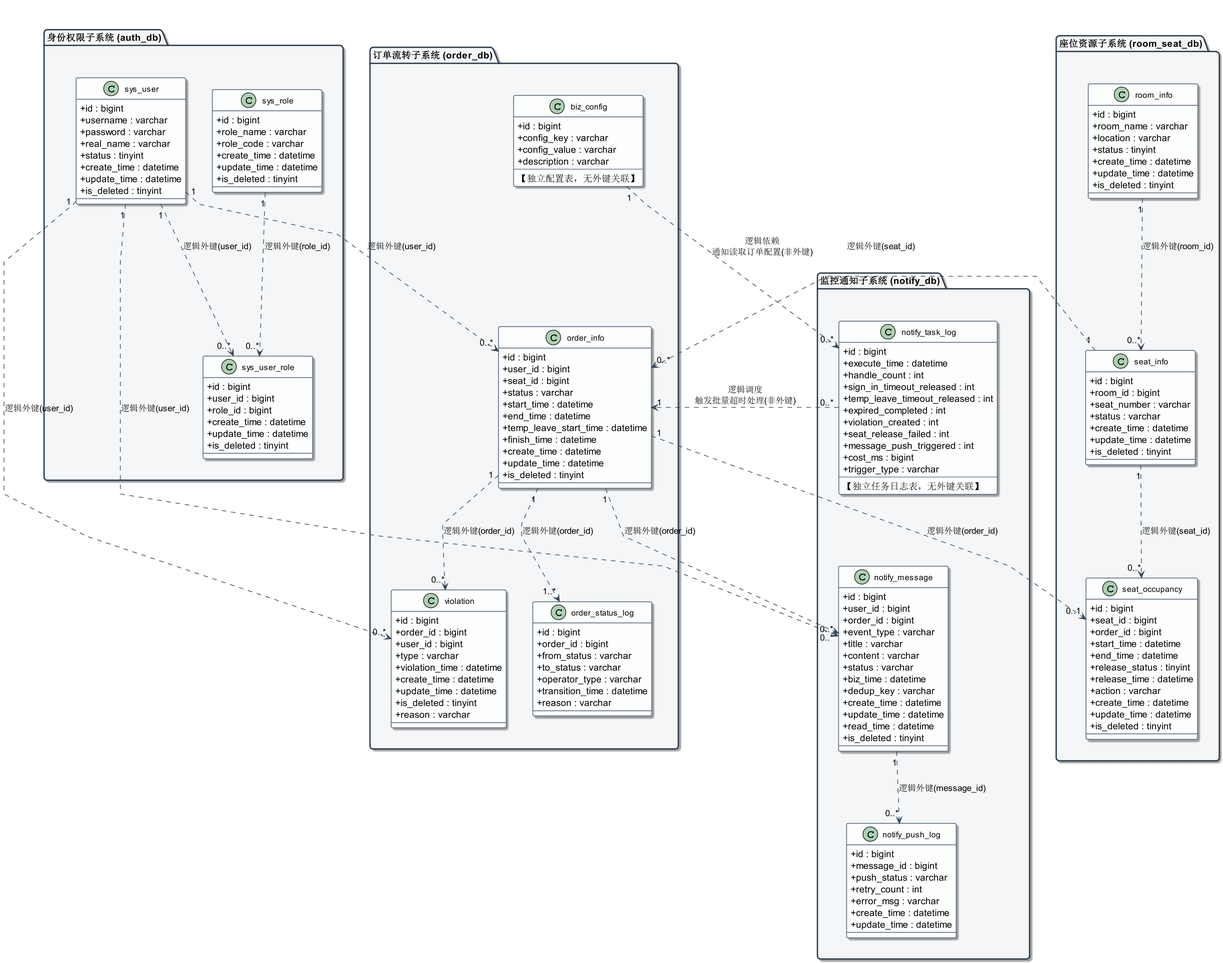
This is 03_UML设计模型/校园自习室分布式预约管理系统_实体类图.png from wlmm123/campus-study-room-system, a PlantUML export, as it was before one commit. The source it was exported from:
```plantuml
@startuml 校园自习室分布式预约管理系统_实体类图
skinparam limitSize false
skinparam dpi 200
skinparam classAttributeIconSize 0
skinparam shadowing true

skinparam linetype polyline
skinparam nodesep 40
skinparam ranksep 90

skinparam class {
    BackgroundColor #FDFEFE
    BorderColor #5D6D7E
    ArrowColor #34495E
    FontSize 12
    BorderThickness 1.2
}
skinparam package {
    BackgroundColor #F4F6F7
    BorderColor #2C3E50
    FontSize 14
    BorderThickness 2
    RoundCorner 10
}

package "身份权限子系统 (auth_db)" as auth_db {
    together {
        class sys_user {
            + id : bigint
            + username : varchar
            + password : varchar
            + real_name : varchar
            + status : tinyint
            + create_time : datetime
            + update_time : datetime
            + is_deleted : tinyint
        }
        class sys_role {
            + id : bigint
            + role_name : varchar
            + role_code : varchar
            + create_time : datetime
            + update_time : datetime
            + is_deleted : tinyint
        }
        class sys_user_role {
            + id : bigint
            + user_id : bigint
            + role_id : bigint
            + create_time : datetime
            + update_time : datetime
            + is_deleted : tinyint
        }
    }
    sys_user -[hidden]right- sys_role
    sys_user -[hidden]down- sys_user_role
}

package "订单流转子系统 (order_db)" as order_db {
    together {
        class biz_config {
            + id : bigint
            + config_key : varchar
            + config_value : varchar
            + description : varchar
            --
            【独立配置表，无外键关联】
        }
        class order_info {
            + id : bigint
            + user_id : bigint
            + seat_id : bigint
            + status : varchar
            + start_time : datetime
            + end_time : datetime
            + temp_leave_start_time : datetime
            + finish_time : datetime
            + create_time : datetime
            + update_time : datetime
            + is_deleted : tinyint
        }
        class violation {
            + id : bigint
            + order_id : bigint
            + user_id : bigint
            + type : varchar
            + violation_time : datetime
            + create_time : datetime
            + update_time : datetime
            + is_deleted : tinyint
            + reason : varchar
        }
        class order_status_log {
            + id : bigint
            + order_id : bigint
            + from_status : varchar
            + to_status : varchar
            + operator_type : varchar
            + transition_time : datetime
            + reason : varchar
        }
    }
    biz_config -[hidden]down- order_info
    order_info -[hidden]down- violation
    violation -[hidden]right- order_status_log
}

package "座位资源子系统 (room_seat_db)" as room_seat_db {
    together {
        class room_info {
            + id : bigint
            + room_name : varchar
            + location : varchar
            + status : tinyint
            + create_time : datetime
            + update_time : datetime
            + is_deleted : tinyint
        }
        class seat_info {
            + id : bigint
            + room_id : bigint
            + seat_number : varchar
            + status : varchar
            + create_time : datetime
            + update_time : datetime
            + is_deleted : tinyint
        }
        class seat_occupancy {
            + id : bigint
            + seat_id : bigint
            + order_id : bigint
            + start_time : datetime
            + end_time : datetime
            + release_status : tinyint
            + release_time : datetime
            + action : varchar
            + create_time : datetime
            + update_time : datetime
            + is_deleted : tinyint
        }
    }
    room_info -[hidden]down- seat_info
    seat_info -[hidden]down- seat_occupancy
}

package "监控通知子系统 (notify_db)" as notify_db {
    together {
        class notify_task_log {
            + id : bigint
            + execute_time : datetime
            + handle_count : int
            + sign_in_timeout_released : int
            + temp_leave_timeout_released : int
            + expired_completed : int
            + violation_created : int
            + seat_release_failed : int
            + message_push_triggered : int
            + cost_ms : bigint
            + trigger_type : varchar
            --
            【独立任务日志表，无外键关联】
        }
        class notify_message {
            + id : bigint
            + user_id : bigint
            + order_id : bigint
            + event_type : varchar
            + title : varchar
            + content : varchar
            + status : varchar
            + biz_time : datetime
            + dedup_key : varchar
            + create_time : datetime
            + update_time : datetime
            + read_time : datetime
            + is_deleted : tinyint
        }
        class notify_push_log {
            + id : bigint
            + message_id : bigint
            + push_status : varchar
            + retry_count : int
            + error_msg : varchar
            + create_time : datetime
            + update_time : datetime
        }
    }
    notify_task_log -[hidden]down- notify_message
    notify_message -[hidden]down- notify_push_log
}

auth_db -[hidden]right- order_db
order_db -[hidden]right- room_seat_db
order_db -[hidden]right- notify_db

room_seat_db -[hidden]down- notify_db


sys_user "1" ..> "0..*" sys_user_role : 逻辑外键(user_id)
sys_role "1" ..> "0..*" sys_user_role : 逻辑外键(role_id)

order_info "1" ..> "0..*" violation : 逻辑外键(order_id)
order_info "1" ..> "1..*" order_status_log : 逻辑外键(order_id)

notify_message "1" ..> "0..*" notify_push_log : 逻辑外键(message_id)

room_info "1" ..> "0..*" seat_info : 逻辑外键(room_id)
seat_info "1" ..> "0..*" seat_occupancy : 逻辑外键(seat_id)

sys_user "1" ..> "0..*" order_info : 逻辑外键(user_id)
sys_user "1" ..> "0..*" violation : 逻辑外键(user_id)

seat_info "1" ..> "0..*" order_info : 逻辑外键(seat_id)
order_info "1" ..> "0..1" seat_occupancy : 逻辑外键(order_id)

order_info "1" ..> "0..*" notify_message : 逻辑外键(order_id)
notify_task_log "0..*" ..> "1" order_info : 逻辑调度\n触发批量超时处理(非外键)
biz_config "1" ..> "0..*" notify_task_log : 逻辑依赖\n通知读取订单配置(非外键)

sys_user "1" ..> "0..*" notify_message : 逻辑外键(user_id)

@enduml
```
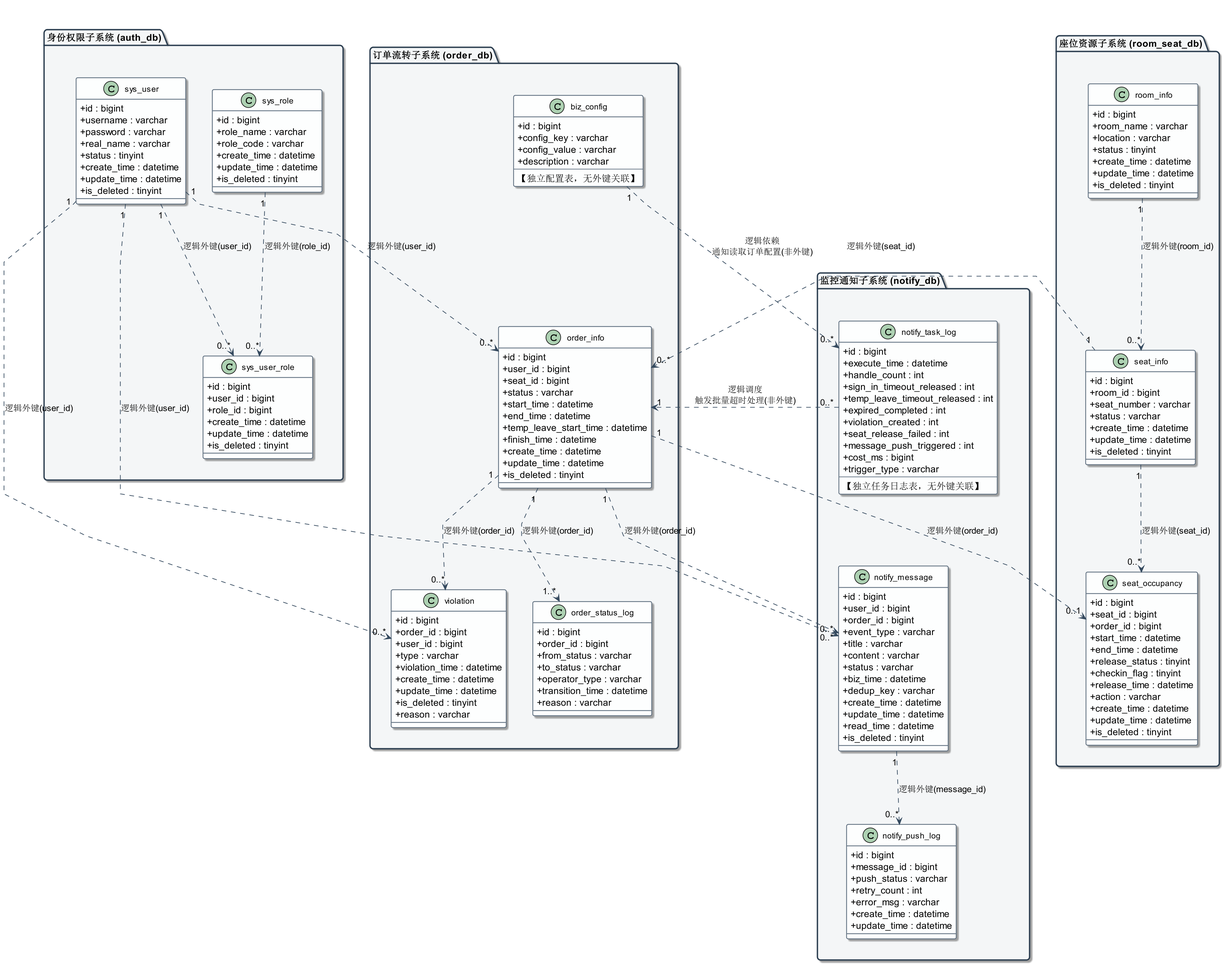
Above is the later version.

Commit message:
成员3-实体类图 puml 源文件 + PNG 图片（2.0）

What changed in the source:
```diff
@@ -132,6 +132,7 @@
             + start_time : datetime
             + end_time : datetime
             + release_status : tinyint
+            + checkin_flag : tinyint
             + release_time : datetime
             + action : varchar
             + create_time : datetime
```
